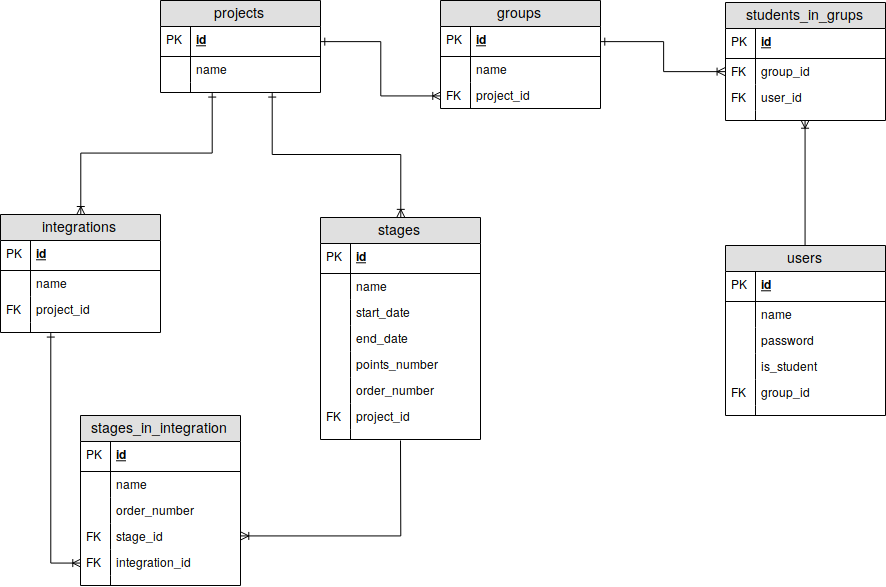
The draw.io diagram paper/chapter02/db_schema.png in Szop-Kradziej/master-thesis, before a commit. Source tidied: cells renumbered, new cells last; positions are measured from the earlier drawing's top-left corner, leaving out a move shared by most shapes.
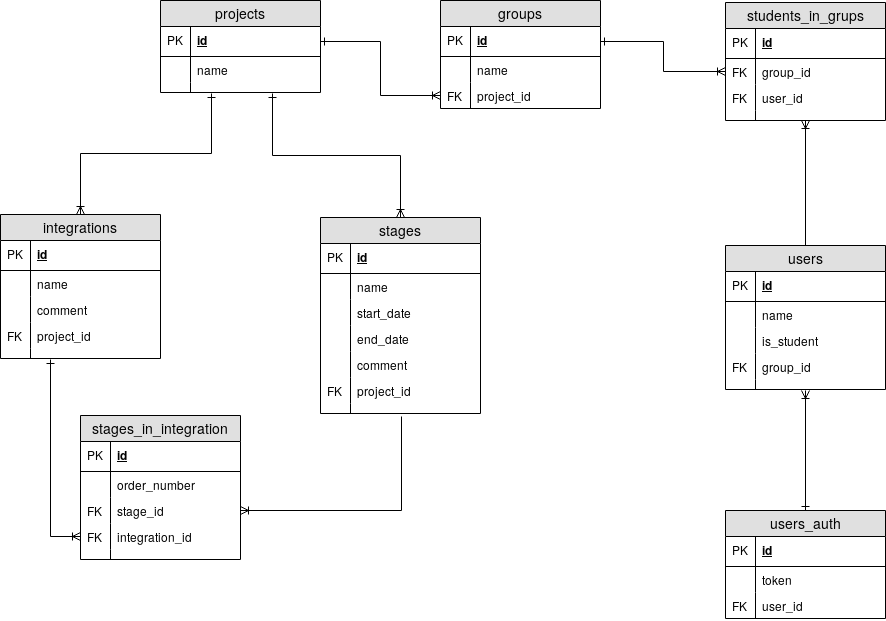
After the commit.

Change to the diagram source:
```diff
@@ -48,7 +48,7 @@
       <mxGeometry relative="1" as="geometry" />
     </mxCell>
     <mxCell id="17" value="integrations" style="swimlane;fontStyle=0;horizontal=1;startSize=26;fillColor=#e0e0e0;swimlaneFillColor=#ffffff;align=center;fontSize=14;" parent="1" vertex="1">
-      <mxGeometry y="214" width="160" height="118" as="geometry" />
+      <mxGeometry y="214" width="160" height="144" as="geometry" />
     </mxCell>
     <mxCell id="18" value="id" style="shape=partialRectangle;top=0;left=0;right=0;bottom=1;align=left;verticalAlign=middle;fillColor=none;spacingLeft=34;spacingRight=4;overflow=hidden;fontStyle=5;fontSize=12;" parent="17" vertex="1">
       <mxGeometry y="26" width="160" height="30" as="geometry" />
@@ -62,14 +62,20 @@
     <mxCell id="21" style="shape=partialRectangle;top=0;left=0;bottom=0;fillColor=none;align=left;verticalAlign=top;spacingLeft=4;spacingRight=4;overflow=hidden;fontSize=12;" parent="20" vertex="1">
       <mxGeometry width="30" height="26" as="geometry" />
     </mxCell>
+    <mxCell id="84" value="comment" style="shape=partialRectangle;top=0;left=0;right=0;bottom=0;align=left;verticalAlign=top;fillColor=none;spacingLeft=34;spacingRight=4;overflow=hidden;fontSize=12;" parent="17" vertex="1">
+      <mxGeometry y="82" width="160" height="26" as="geometry" />
+    </mxCell>
+    <mxCell id="85" style="shape=partialRectangle;top=0;left=0;bottom=0;fillColor=none;align=left;verticalAlign=top;spacingLeft=4;spacingRight=4;overflow=hidden;fontSize=12;" parent="84" vertex="1">
+      <mxGeometry width="30" height="26" as="geometry" />
+    </mxCell>
     <mxCell id="22" value="project_id" style="shape=partialRectangle;top=0;left=0;right=0;bottom=0;align=left;verticalAlign=top;fillColor=none;spacingLeft=34;spacingRight=4;overflow=hidden;fontSize=12;" parent="17" vertex="1">
-      <mxGeometry y="82" width="160" height="26" as="geometry" />
+      <mxGeometry y="108" width="160" height="26" as="geometry" />
     </mxCell>
     <mxCell id="23" value="FK" style="shape=partialRectangle;top=0;left=0;bottom=0;fillColor=none;align=left;verticalAlign=top;spacingLeft=4;spacingRight=4;overflow=hidden;fontSize=12;" parent="22" vertex="1">
       <mxGeometry width="30" height="26" as="geometry" />
     </mxCell>
     <mxCell id="24" style="shape=partialRectangle;top=0;left=0;right=0;bottom=0;align=left;verticalAlign=top;fillColor=none;spacingLeft=34;spacingRight=4;overflow=hidden;points=[[0,0.5],[1,0.5]];portConstraint=eastwest;fontSize=12;" parent="17" vertex="1">
-      <mxGeometry y="108" width="160" height="10" as="geometry" />
+      <mxGeometry y="134" width="160" height="10" as="geometry" />
     </mxCell>
     <mxCell id="25" style="shape=partialRectangle;top=0;left=0;bottom=0;fillColor=none;align=left;verticalAlign=top;spacingLeft=4;spacingRight=4;overflow=hidden;fontSize=12;" parent="24" vertex="1">
       <mxGeometry width="30" height="10" as="geometry" />
@@ -78,7 +84,7 @@
       <mxGeometry relative="1" as="geometry" />
     </mxCell>
     <mxCell id="27" value="users" style="swimlane;fontStyle=0;horizontal=1;startSize=26;fillColor=#e0e0e0;swimlaneFillColor=#ffffff;align=center;fontSize=14;" parent="1" vertex="1">
-      <mxGeometry x="725" y="245" width="160" height="170" as="geometry" />
+      <mxGeometry x="725" y="245" width="160" height="144" as="geometry" />
     </mxCell>
     <mxCell id="28" value="id" style="shape=partialRectangle;top=0;left=0;right=0;bottom=1;align=left;verticalAlign=middle;fillColor=none;spacingLeft=34;spacingRight=4;overflow=hidden;fontStyle=5;fontSize=12;" parent="27" vertex="1">
       <mxGeometry y="26" width="160" height="30" as="geometry" />
@@ -92,32 +98,26 @@
     <mxCell id="31" style="shape=partialRectangle;top=0;left=0;bottom=0;fillColor=none;align=left;verticalAlign=top;spacingLeft=4;spacingRight=4;overflow=hidden;fontSize=12;" parent="30" vertex="1">
       <mxGeometry width="30" height="26" as="geometry" />
     </mxCell>
-    <mxCell id="32" value="password" style="shape=partialRectangle;top=0;left=0;right=0;bottom=0;align=left;verticalAlign=top;fillColor=none;spacingLeft=34;spacingRight=4;overflow=hidden;fontSize=12;" parent="27" vertex="1">
-      <mxGeometry y="82" width="160" height="26" as="geometry" />
-    </mxCell>
-    <mxCell id="33" style="shape=partialRectangle;top=0;left=0;bottom=0;fillColor=none;align=left;verticalAlign=top;spacingLeft=4;spacingRight=4;overflow=hidden;fontSize=12;" parent="32" vertex="1">
-      <mxGeometry width="30" height="26" as="geometry" />
-    </mxCell>
     <mxCell id="34" value="is_student" style="shape=partialRectangle;top=0;left=0;right=0;bottom=0;align=left;verticalAlign=top;fillColor=none;spacingLeft=34;spacingRight=4;overflow=hidden;fontSize=12;" parent="27" vertex="1">
-      <mxGeometry y="108" width="160" height="26" as="geometry" />
+      <mxGeometry y="82" width="160" height="26" as="geometry" />
     </mxCell>
     <mxCell id="35" style="shape=partialRectangle;top=0;left=0;bottom=0;fillColor=none;align=left;verticalAlign=top;spacingLeft=4;spacingRight=4;overflow=hidden;fontSize=12;" parent="34" vertex="1">
       <mxGeometry width="30" height="26" as="geometry" />
     </mxCell>
     <mxCell id="36" value="group_id" style="shape=partialRectangle;top=0;left=0;right=0;bottom=0;align=left;verticalAlign=top;fillColor=none;spacingLeft=34;spacingRight=4;overflow=hidden;fontSize=12;" parent="27" vertex="1">
-      <mxGeometry y="134" width="160" height="26" as="geometry" />
+      <mxGeometry y="108" width="160" height="26" as="geometry" />
     </mxCell>
     <mxCell id="37" value="FK" style="shape=partialRectangle;top=0;left=0;bottom=0;fillColor=none;align=left;verticalAlign=top;spacingLeft=4;spacingRight=4;overflow=hidden;fontSize=12;" parent="36" vertex="1">
       <mxGeometry width="30" height="26" as="geometry" />
     </mxCell>
     <mxCell id="38" style="shape=partialRectangle;top=0;left=0;right=0;bottom=0;align=left;verticalAlign=top;fillColor=none;spacingLeft=34;spacingRight=4;overflow=hidden;points=[[0,0.5],[1,0.5]];portConstraint=eastwest;fontSize=12;" parent="27" vertex="1">
-      <mxGeometry y="160" width="160" height="10" as="geometry" />
+      <mxGeometry y="134" width="160" height="10" as="geometry" />
     </mxCell>
     <mxCell id="39" style="shape=partialRectangle;top=0;left=0;bottom=0;fillColor=none;align=left;verticalAlign=top;spacingLeft=4;spacingRight=4;overflow=hidden;fontSize=12;" parent="38" vertex="1">
       <mxGeometry width="30" height="10" as="geometry" />
     </mxCell>
     <mxCell id="40" value="stages" style="swimlane;fontStyle=0;horizontal=1;startSize=26;fillColor=#e0e0e0;swimlaneFillColor=#ffffff;align=center;fontSize=14;" parent="1" vertex="1">
-      <mxGeometry x="320" y="217" width="160" height="222" as="geometry" />
+      <mxGeometry x="320" y="217" width="160" height="196" as="geometry" />
     </mxCell>
     <mxCell id="41" value="id" style="shape=partialRectangle;top=0;left=0;right=0;bottom=1;align=left;verticalAlign=middle;fillColor=none;spacingLeft=34;spacingRight=4;overflow=hidden;fontStyle=5;fontSize=12;" parent="40" vertex="1">
       <mxGeometry y="26" width="160" height="30" as="geometry" />
@@ -143,32 +143,26 @@
     <mxCell id="48" style="shape=partialRectangle;top=0;left=0;bottom=0;fillColor=none;align=left;verticalAlign=top;spacingLeft=4;spacingRight=4;overflow=hidden;fontSize=12;" parent="47" vertex="1">
       <mxGeometry width="30" height="26" as="geometry" />
     </mxCell>
-    <mxCell id="49" value="points_number" style="shape=partialRectangle;top=0;left=0;right=0;bottom=0;align=left;verticalAlign=top;fillColor=none;spacingLeft=34;spacingRight=4;overflow=hidden;fontSize=12;" parent="40" vertex="1">
+    <mxCell id="49" value="comment" style="shape=partialRectangle;top=0;left=0;right=0;bottom=0;align=left;verticalAlign=top;fillColor=none;spacingLeft=34;spacingRight=4;overflow=hidden;fontSize=12;" parent="40" vertex="1">
       <mxGeometry y="134" width="160" height="26" as="geometry" />
     </mxCell>
     <mxCell id="50" style="shape=partialRectangle;top=0;left=0;bottom=0;fillColor=none;align=left;verticalAlign=top;spacingLeft=4;spacingRight=4;overflow=hidden;fontSize=12;" parent="49" vertex="1">
       <mxGeometry width="30" height="26" as="geometry" />
     </mxCell>
-    <mxCell id="51" value="order_number" style="shape=partialRectangle;top=0;left=0;right=0;bottom=0;align=left;verticalAlign=top;fillColor=none;spacingLeft=34;spacingRight=4;overflow=hidden;fontSize=12;" parent="40" vertex="1">
-      <mxGeometry y="160" width="160" height="26" as="geometry" />
-    </mxCell>
-    <mxCell id="52" style="shape=partialRectangle;top=0;left=0;bottom=0;fillColor=none;align=left;verticalAlign=top;spacingLeft=4;spacingRight=4;overflow=hidden;fontSize=12;" parent="51" vertex="1">
-      <mxGeometry width="30" height="26" as="geometry" />
-    </mxCell>
     <mxCell id="53" value="project_id" style="shape=partialRectangle;top=0;left=0;right=0;bottom=0;align=left;verticalAlign=top;fillColor=none;spacingLeft=34;spacingRight=4;overflow=hidden;fontSize=12;" parent="40" vertex="1">
-      <mxGeometry y="186" width="160" height="26" as="geometry" />
+      <mxGeometry y="160" width="160" height="26" as="geometry" />
     </mxCell>
     <mxCell id="54" value="FK" style="shape=partialRectangle;top=0;left=0;bottom=0;fillColor=none;align=left;verticalAlign=top;spacingLeft=4;spacingRight=4;overflow=hidden;fontSize=12;" parent="53" vertex="1">
       <mxGeometry width="30" height="26" as="geometry" />
     </mxCell>
     <mxCell id="55" style="shape=partialRectangle;top=0;left=0;right=0;bottom=0;align=left;verticalAlign=top;fillColor=none;spacingLeft=34;spacingRight=4;overflow=hidden;points=[[0,0.5],[1,0.5]];portConstraint=eastwest;fontSize=12;" parent="40" vertex="1">
-      <mxGeometry y="212" width="160" height="10" as="geometry" />
+      <mxGeometry y="186" width="160" height="10" as="geometry" />
     </mxCell>
     <mxCell id="56" style="shape=partialRectangle;top=0;left=0;bottom=0;fillColor=none;align=left;verticalAlign=top;spacingLeft=4;spacingRight=4;overflow=hidden;fontSize=12;" parent="55" vertex="1">
       <mxGeometry width="30" height="10" as="geometry" />
     </mxCell>
     <mxCell id="57" value="stages_in_integration" style="swimlane;fontStyle=0;horizontal=1;startSize=26;fillColor=#e0e0e0;swimlaneFillColor=#ffffff;align=center;fontSize=14;" parent="1" vertex="1">
-      <mxGeometry x="80" y="415" width="160" height="170" as="geometry" />
+      <mxGeometry x="80" y="415" width="160" height="144" as="geometry" />
     </mxCell>
     <mxCell id="58" value="id" style="shape=partialRectangle;top=0;left=0;right=0;bottom=1;align=left;verticalAlign=middle;fillColor=none;spacingLeft=34;spacingRight=4;overflow=hidden;fontStyle=5;fontSize=12;" parent="57" vertex="1">
       <mxGeometry y="26" width="160" height="30" as="geometry" />
@@ -176,32 +170,26 @@
     <mxCell id="59" value="PK" style="shape=partialRectangle;top=0;left=0;bottom=0;fillColor=none;align=left;verticalAlign=middle;spacingLeft=4;spacingRight=4;overflow=hidden;fontSize=12;" parent="58" vertex="1">
       <mxGeometry width="30" height="30" as="geometry" />
     </mxCell>
-    <mxCell id="60" value="name" style="shape=partialRectangle;top=0;left=0;right=0;bottom=0;align=left;verticalAlign=top;fillColor=none;spacingLeft=34;spacingRight=4;overflow=hidden;fontSize=12;" parent="57" vertex="1">
-      <mxGeometry y="56" width="160" height="26" as="geometry" />
-    </mxCell>
-    <mxCell id="61" style="shape=partialRectangle;top=0;left=0;bottom=0;fillColor=none;align=left;verticalAlign=top;spacingLeft=4;spacingRight=4;overflow=hidden;fontSize=12;" parent="60" vertex="1">
-      <mxGeometry width="30" height="26" as="geometry" />
-    </mxCell>
     <mxCell id="62" value="order_number" style="shape=partialRectangle;top=0;left=0;right=0;bottom=0;align=left;verticalAlign=top;fillColor=none;spacingLeft=34;spacingRight=4;overflow=hidden;fontSize=12;" parent="57" vertex="1">
-      <mxGeometry y="82" width="160" height="26" as="geometry" />
+      <mxGeometry y="56" width="160" height="26" as="geometry" />
     </mxCell>
     <mxCell id="63" style="shape=partialRectangle;top=0;left=0;bottom=0;fillColor=none;align=left;verticalAlign=top;spacingLeft=4;spacingRight=4;overflow=hidden;fontSize=12;" parent="62" vertex="1">
       <mxGeometry width="30" height="26" as="geometry" />
     </mxCell>
     <mxCell id="64" value="stage_id" style="shape=partialRectangle;top=0;left=0;right=0;bottom=0;align=left;verticalAlign=top;fillColor=none;spacingLeft=34;spacingRight=4;overflow=hidden;points=[[0,0.5],[1,0.5]];portConstraint=eastwest;fontSize=12;" parent="57" vertex="1">
-      <mxGeometry y="108" width="160" height="26" as="geometry" />
+      <mxGeometry y="82" width="160" height="26" as="geometry" />
     </mxCell>
     <mxCell id="65" value="FK" style="shape=partialRectangle;top=0;left=0;bottom=0;fillColor=none;align=left;verticalAlign=top;spacingLeft=4;spacingRight=4;overflow=hidden;fontSize=12;" parent="64" vertex="1">
       <mxGeometry width="30" height="26" as="geometry" />
     </mxCell>
     <mxCell id="66" value="integration_id" style="shape=partialRectangle;top=0;left=0;right=0;bottom=0;align=left;verticalAlign=top;fillColor=none;spacingLeft=34;spacingRight=4;overflow=hidden;points=[[0,0.5],[1,0.5]];portConstraint=eastwest;fontSize=12;" parent="57" vertex="1">
-      <mxGeometry y="134" width="160" height="26" as="geometry" />
+      <mxGeometry y="108" width="160" height="26" as="geometry" />
     </mxCell>
     <mxCell id="67" value="FK" style="shape=partialRectangle;top=0;left=0;bottom=0;fillColor=none;align=left;verticalAlign=top;spacingLeft=4;spacingRight=4;overflow=hidden;fontSize=12;" parent="66" vertex="1">
       <mxGeometry width="30" height="26" as="geometry" />
     </mxCell>
     <mxCell id="68" style="shape=partialRectangle;top=0;left=0;right=0;bottom=0;align=left;verticalAlign=top;fillColor=none;spacingLeft=34;spacingRight=4;overflow=hidden;fontSize=12;" parent="57" vertex="1">
-      <mxGeometry y="160" width="160" height="10" as="geometry" />
+      <mxGeometry y="134" width="160" height="10" as="geometry" />
     </mxCell>
     <mxCell id="69" style="shape=partialRectangle;top=0;left=0;bottom=0;fillColor=none;align=left;verticalAlign=top;spacingLeft=4;spacingRight=4;overflow=hidden;fontSize=12;" parent="68" vertex="1">
       <mxGeometry width="30" height="10" as="geometry" />
@@ -212,9 +200,11 @@
     <mxCell id="71" style="edgeStyle=orthogonalEdgeStyle;rounded=0;jettySize=auto;html=1;exitX=0.313;exitY=1.1;exitDx=0;exitDy=0;entryX=0;entryY=0.5;entryDx=0;entryDy=0;startArrow=ERone;startFill=0;endArrow=ERoneToMany;endFill=0;exitPerimeter=0;" parent="1" edge="1" source="24" target="66">
       <mxGeometry relative="1" as="geometry" />
     </mxCell>
-    <mxCell id="72" style="edgeStyle=orthogonalEdgeStyle;rounded=0;jettySize=auto;html=1;entryX=1;entryY=0.5;entryDx=0;entryDy=0;startArrow=none;startFill=0;endArrow=ERoneToMany;endFill=0;" parent="1" edge="1" target="64">
+    <mxCell id="72" style="edgeStyle=orthogonalEdgeStyle;rounded=0;jettySize=auto;html=1;entryX=1;entryY=0.5;entryDx=0;entryDy=0;startArrow=none;startFill=0;endArrow=ERoneToMany;endFill=0;exitX=0.506;exitY=1.3;exitDx=0;exitDy=0;exitPerimeter=0;" parent="1" edge="1" source="55" target="64">
       <mxGeometry relative="1" as="geometry">
-        <mxPoint x="400" y="440" as="sourcePoint" />
+        <Array as="points">
+          <mxPoint x="401" y="510" />
+        </Array>
       </mxGeometry>
     </mxCell>
     <mxCell id="73" value="students_in_grups" style="swimlane;fontStyle=0;horizontal=1;startSize=26;fillColor=#e0e0e0;swimlaneFillColor=#ffffff;align=center;fontSize=14;" parent="1" vertex="1">
@@ -250,5 +240,29 @@
     <mxCell id="83" style="edgeStyle=orthogonalEdgeStyle;rounded=0;jettySize=auto;html=1;exitX=0.497;exitY=0.971;exitDx=0;exitDy=0;entryX=0.5;entryY=0;entryDx=0;entryDy=0;startArrow=ERoneToMany;startFill=0;endArrow=none;endFill=0;exitPerimeter=0;" parent="1" edge="1" source="80" target="27">
       <mxGeometry relative="1" as="geometry" />
     </mxCell>
+    <mxCell id="86" style="edgeStyle=orthogonalEdgeStyle;rounded=0;jettySize=auto;html=1;exitX=0.5;exitY=0;exitDx=0;exitDy=0;entryX=0.5;entryY=1.1;entryDx=0;entryDy=0;entryPerimeter=0;startArrow=ERone;startFill=0;endArrow=ERoneToMany;endFill=0;" parent="1" edge="1" source="87" target="38">
+      <mxGeometry relative="1" as="geometry" />
+    </mxCell>
+    <mxCell id="87" value="users_auth" style="swimlane;fontStyle=0;horizontal=1;startSize=26;fillColor=#e0e0e0;swimlaneFillColor=#ffffff;align=center;fontSize=14;" parent="1" vertex="1">
+      <mxGeometry x="725" y="510" width="160" height="108" as="geometry" />
+    </mxCell>
+    <mxCell id="88" value="id" style="shape=partialRectangle;top=0;left=0;right=0;bottom=1;align=left;verticalAlign=middle;fillColor=none;spacingLeft=34;spacingRight=4;overflow=hidden;fontStyle=5;fontSize=12;" parent="87" vertex="1">
+      <mxGeometry y="26" width="160" height="30" as="geometry" />
+    </mxCell>
+    <mxCell id="89" value="PK" style="shape=partialRectangle;top=0;left=0;bottom=0;fillColor=none;align=left;verticalAlign=middle;spacingLeft=4;spacingRight=4;overflow=hidden;fontSize=12;" parent="88" vertex="1">
+      <mxGeometry width="30" height="30" as="geometry" />
+    </mxCell>
+    <mxCell id="90" value="token" style="shape=partialRectangle;top=0;left=0;right=0;bottom=0;align=left;verticalAlign=top;fillColor=none;spacingLeft=34;spacingRight=4;overflow=hidden;fontSize=12;" parent="87" vertex="1">
+      <mxGeometry y="56" width="160" height="26" as="geometry" />
+    </mxCell>
+    <mxCell id="91" style="shape=partialRectangle;top=0;left=0;bottom=0;fillColor=none;align=left;verticalAlign=top;spacingLeft=4;spacingRight=4;overflow=hidden;fontSize=12;" parent="90" vertex="1">
+      <mxGeometry width="30" height="26" as="geometry" />
+    </mxCell>
+    <mxCell id="92" value="user_id" style="shape=partialRectangle;top=0;left=0;right=0;bottom=0;align=left;verticalAlign=top;fillColor=none;spacingLeft=34;spacingRight=4;overflow=hidden;fontSize=12;" parent="87" vertex="1">
+      <mxGeometry y="82" width="160" height="26" as="geometry" />
+    </mxCell>
+    <mxCell id="93" value="FK" style="shape=partialRectangle;top=0;left=0;bottom=0;fillColor=none;align=left;verticalAlign=top;spacingLeft=4;spacingRight=4;overflow=hidden;fontSize=12;" parent="92" vertex="1">
+      <mxGeometry width="30" height="26" as="geometry" />
+    </mxCell>
   </root>
 </mxGraphModel>
```
